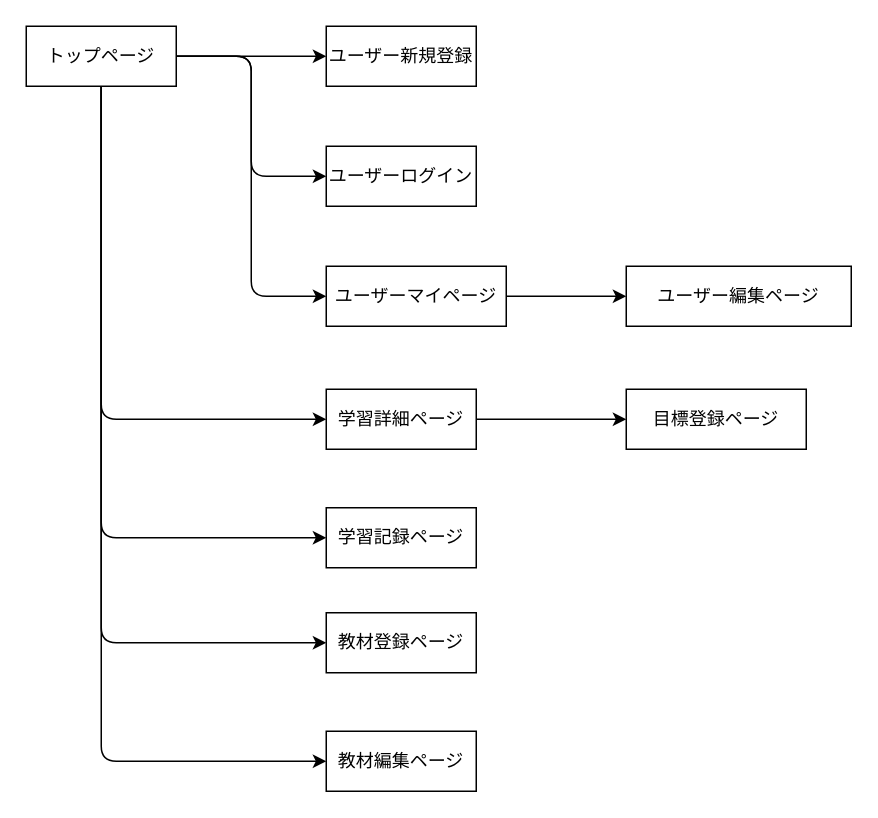
MashiKimura/learning keeps this draw.io diagram as screen.dio. Above is the earlier version. Source tidied: cells renumbered, new cells numbered last; positions are measured from the earlier drawing's top-left corner, leaving out a move shared by most shapes. Both pictures are drawn from the tidied source at 150%, with x=0, y=0 at pixel (26, 26).
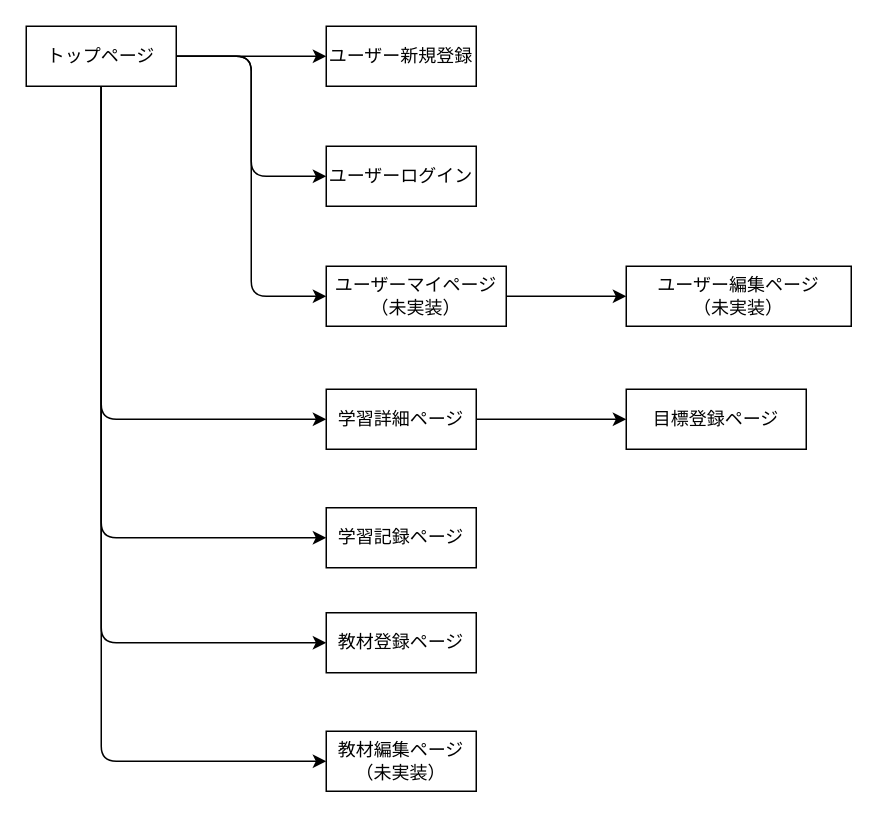
The same page after the edit.

Diff of the diagram source:
```diff
@@
-    <mxCell id="12" value="ユーザーマイページ" style="whiteSpace=wrap;html=1;align=center;" parent="1" vertex="1">
+    <mxCell id="12" value="ユーザーマイページ&lt;br&gt;（未実装）" style="whiteSpace=wrap;html=1;align=center;" parent="1" vertex="1">
       <mxGeometry x="200" y="160" width="120" height="40" as="geometry" />
     </mxCell>
-    <mxCell id="13" value="ユーザー編集ページ" style="whiteSpace=wrap;html=1;align=center;" parent="1" vertex="1">
+    <mxCell id="13" value="ユーザー編集ページ&lt;br&gt;（未実装）" style="whiteSpace=wrap;html=1;align=center;" parent="1" vertex="1">
       <mxGeometry x="400" y="160" width="150" height="40" as="geometry" />
     </mxCell>
@@
-    <mxCell id="20" value="教材編集ページ" style="rounded=0;whiteSpace=wrap;html=1;" parent="1" vertex="1">
+    <mxCell id="20" value="教材編集ページ&lt;br&gt;（未実装）" style="rounded=0;whiteSpace=wrap;html=1;" parent="1" vertex="1">
       <mxGeometry x="200" y="470" width="100" height="40" as="geometry" />
     </mxCell>
```
